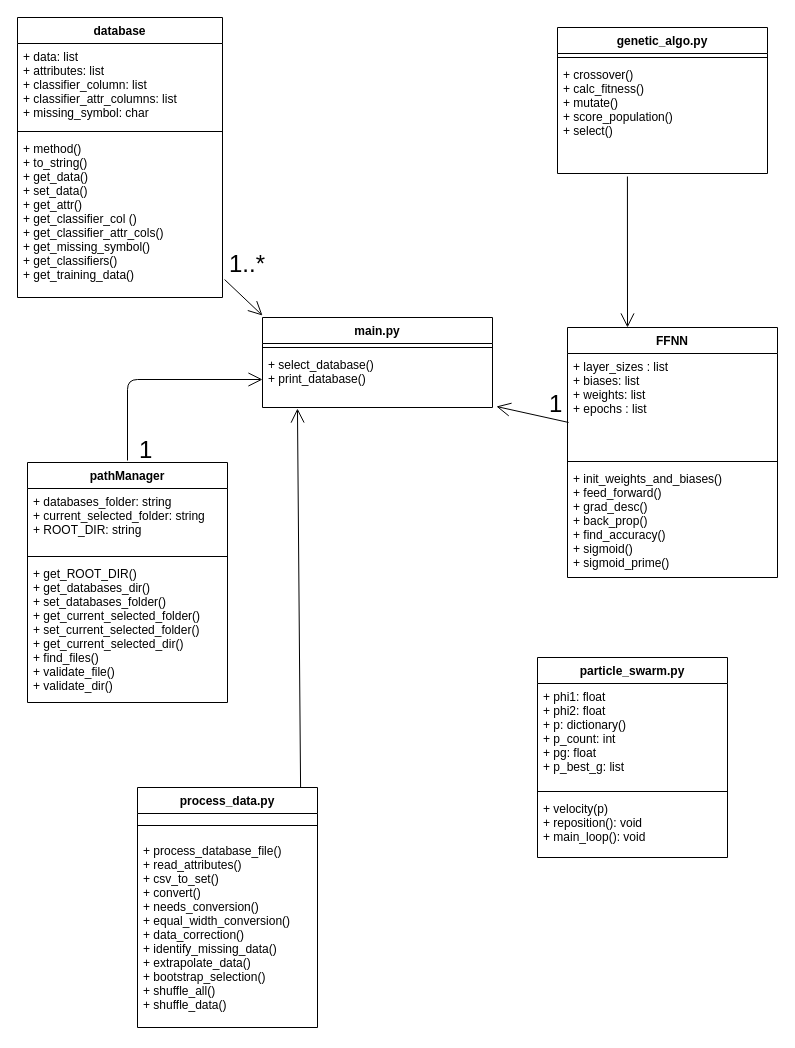
Before: design_doc/uml.drawio in hsoule427/CSCI-447-Project-4, a draw.io diagram. Source tidied: cells renumbered, new cells numbered last; positions are measured from the earlier drawing's top-left corner, leaving out a move shared by most shapes. Both pictures are drawn from the tidied source at 100%, with x=0, y=0 at pixel (17, 17).
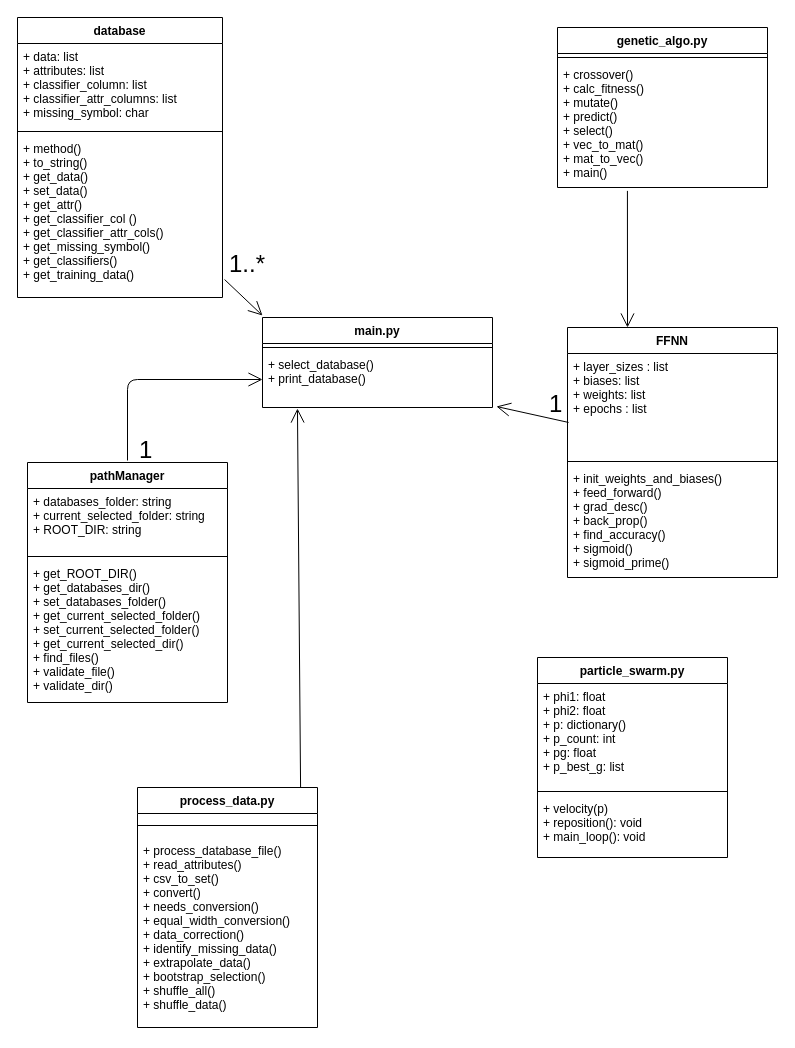
The same page after the edit.

Commit message:
Update genetic algorithm on UML

What changed in the source:
```diff
@@
     <mxCell id="27" value="genetic_algo.py" style="swimlane;fontStyle=1;align=center;verticalAlign=top;horizontal=1;startSize=26;" parent="1" vertex="1">
-      <mxGeometry x="540" y="10" width="210" height="146" as="geometry" />
+      <mxGeometry x="540" y="10" width="210" height="160" as="geometry" />
     </mxCell>
@@
-    <mxCell id="29" value="+ crossover() &#10;+ calc_fitness()&#10;+ mutate()&#10;+ score_population()&#10;+ select()" style="text;strokeColor=none;fillColor=none;align=left;verticalAlign=top;spacingLeft=4;spacingRight=4;overflow=hidden;points=[[0,0.5],[1,0.5]];portConstraint=eastwest;" parent="27" vertex="1">
-      <mxGeometry y="34" width="210" height="112" as="geometry" />
+    <mxCell id="29" value="+ crossover() &#10;+ calc_fitness()&#10;+ mutate()&#10;+ predict()&#10;+ select()&#10;+ vec_to_mat()&#10;+ mat_to_vec()&#10;+ main()" style="text;strokeColor=none;fillColor=none;align=left;verticalAlign=top;spacingLeft=4;spacingRight=4;overflow=hidden;points=[[0,0.5],[1,0.5]];portConstraint=eastwest;" parent="27" vertex="1">
+      <mxGeometry y="34" width="210" height="126" as="geometry" />
     </mxCell>
```
